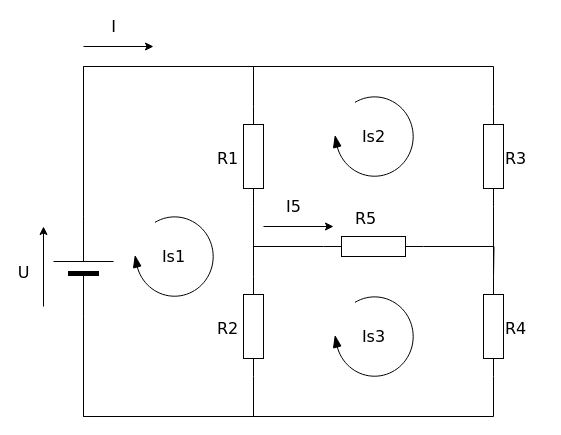
Earlier version of the draw.io diagram Untitled Diagram.drawio (NICOLASS999/Embedded-Engineering-Projects). Source tidied: cells renumbered, new cells numbered last; positions are measured from the earlier drawing's top-left corner, leaving out a move shared by most shapes. Both pictures are drawn from the tidied source at 100%, with x=0, y=0 at pixel (33, 46).
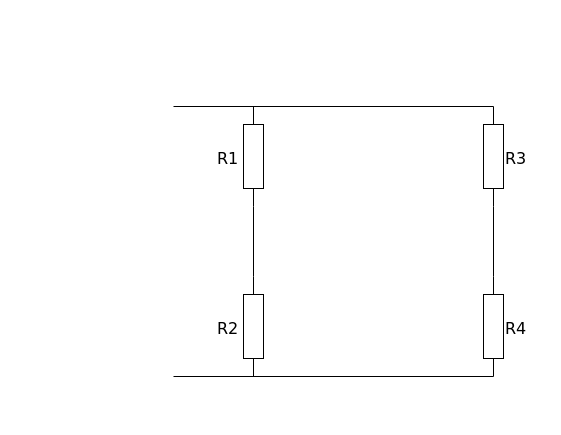
The same page after the edit.

Unchanged cells that the change refers to:
```xml
<mxCell id="7" style="verticalLabelPosition=bottom;shadow=0;dashed=0;align=center;html=1;verticalAlign=top;strokeWidth=1;shape=mxgraph.electrical.resistors.resistor_1;rounded=1;comic=0;labelBackgroundColor=none;fontFamily=Verdana;fontSize=12;rotation=-90;" parent="1" vertex="1">
  <mxGeometry x="170" y="100" width="100" height="20" as="geometry" />
</mxCell>
<mxCell id="9" style="verticalLabelPosition=bottom;shadow=0;dashed=0;align=center;html=1;verticalAlign=top;strokeWidth=1;shape=mxgraph.electrical.resistors.resistor_1;rounded=1;comic=0;labelBackgroundColor=none;fontFamily=Verdana;fontSize=12;rotation=-90;" parent="1" vertex="1">
  <mxGeometry x="410" y="100" width="100" height="20" as="geometry" />
</mxCell>
<mxCell id="11" style="verticalLabelPosition=bottom;shadow=0;dashed=0;align=center;html=1;verticalAlign=top;strokeWidth=1;shape=mxgraph.electrical.resistors.resistor_1;rounded=1;comic=0;labelBackgroundColor=none;fontFamily=Verdana;fontSize=12;rotation=-90;" parent="1" vertex="1">
  <mxGeometry x="170" y="270" width="100" height="20" as="geometry" />
</mxCell>
<mxCell id="13" style="verticalLabelPosition=bottom;shadow=0;dashed=0;align=center;html=1;verticalAlign=top;strokeWidth=1;shape=mxgraph.electrical.resistors.resistor_1;rounded=1;comic=0;labelBackgroundColor=none;fontFamily=Verdana;fontSize=12;rotation=-90;" parent="1" vertex="1">
  <mxGeometry x="410" y="270" width="100" height="20" as="geometry" />
</mxCell>
```

The edit, as a diff of the source:
```diff
@@
-    <mxCell id="2" style="edgeStyle=orthogonalEdgeStyle;rounded=0;html=1;exitX=1;exitY=0.5;exitPerimeter=0;entryX=1;entryY=0.5;entryPerimeter=0;labelBackgroundColor=none;startArrow=none;startFill=0;startSize=5;endArrow=none;endFill=0;endSize=5;jettySize=auto;strokeWidth=1;fontFamily=Verdana;fontSize=12;" parent="1" edge="1" source="4" target="7">
-      <mxGeometry relative="1" as="geometry">
-        <Array as="points">
-          <mxPoint x="50" y="20" />
-          <mxPoint x="220" y="20" />
-        </Array>
-      </mxGeometry>
-    </mxCell>
-    <mxCell id="3" style="edgeStyle=orthogonalEdgeStyle;rounded=0;html=1;exitX=1;exitY=0.5;exitPerimeter=0;entryX=1;entryY=0.5;entryPerimeter=0;labelBackgroundColor=none;startArrow=none;startFill=0;startSize=5;endArrow=none;endFill=0;endSize=5;jettySize=auto;strokeWidth=1;fontFamily=Verdana;fontSize=12;" parent="1" edge="1" source="4" target="9">
-      <mxGeometry relative="1" as="geometry">
-        <Array as="points">
-          <mxPoint x="50" y="20" />
-          <mxPoint x="460" y="20" />
-        </Array>
-      </mxGeometry>
-    </mxCell>
-    <mxCell id="4" style="verticalLabelPosition=bottom;shadow=0;dashed=0;align=center;fillColor=#000000;html=1;verticalAlign=top;strokeWidth=1;shape=mxgraph.electrical.miscellaneous.monocell_battery;rounded=1;comic=0;labelBackgroundColor=none;fontFamily=Verdana;fontSize=12;rotation=-90;" parent="1" vertex="1">
-      <mxGeometry y="190" width="100" height="60" as="geometry" />
-    </mxCell>
-    <mxCell id="5" style="edgeStyle=orthogonalEdgeStyle;rounded=0;html=1;exitX=0;exitY=0.5;exitPerimeter=0;entryX=0;entryY=0.5;entryPerimeter=0;labelBackgroundColor=none;startArrow=none;startFill=0;startSize=5;endArrow=none;endFill=0;endSize=5;jettySize=auto;strokeWidth=1;fontFamily=Verdana;fontSize=12;" parent="1" edge="1" source="7" target="15">
-      <mxGeometry relative="1" as="geometry" />
-    </mxCell>
+    <mxCell id="16" value="R1" style="text;html=1;align=left;verticalAlign=top;spacingTop=-4;fontSize=16;fontFamily=Verdana;" parent="1" vertex="1">
+      <mxGeometry x="182" y="100" width="40" height="20" as="geometry" />
+    </mxCell>
@@
-    <mxCell id="10" style="edgeStyle=orthogonalEdgeStyle;rounded=0;html=1;exitX=0;exitY=0.5;exitPerimeter=0;entryX=0;entryY=0.5;entryPerimeter=0;labelBackgroundColor=none;startArrow=none;startFill=0;startSize=5;endArrow=none;endFill=0;endSize=5;jettySize=auto;strokeWidth=1;fontFamily=Verdana;fontSize=12;" parent="1" edge="1" source="11" target="4">
-      <mxGeometry relative="1" as="geometry">
-        <Array as="points">
-          <mxPoint x="220" y="370" />
-          <mxPoint x="50" y="370" />
-        </Array>
-      </mxGeometry>
-    </mxCell>
@@
-    <mxCell id="12" style="edgeStyle=orthogonalEdgeStyle;rounded=0;html=1;exitX=0;exitY=0.5;exitPerimeter=0;entryX=0;entryY=0.5;entryPerimeter=0;labelBackgroundColor=none;startArrow=none;startFill=0;startSize=5;endArrow=none;endFill=0;endSize=5;jettySize=auto;strokeWidth=1;fontFamily=Verdana;fontSize=12;" parent="1" edge="1" source="13" target="4">
-      <mxGeometry relative="1" as="geometry">
-        <Array as="points">
-          <mxPoint x="460" y="370" />
-          <mxPoint x="50" y="370" />
-        </Array>
-      </mxGeometry>
-    </mxCell>
@@
-    <mxCell id="14" style="edgeStyle=orthogonalEdgeStyle;rounded=0;html=1;exitX=1;exitY=0.5;exitPerimeter=0;labelBackgroundColor=none;startArrow=none;startFill=0;startSize=5;endArrow=none;endFill=0;endSize=5;jettySize=auto;strokeWidth=1;fontFamily=Verdana;fontSize=12;" parent="1" edge="1" source="15">
-      <mxGeometry relative="1" as="geometry">
-        <mxPoint x="460" y="230" as="targetPoint" />
-      </mxGeometry>
-    </mxCell>
-    <mxCell id="15" style="verticalLabelPosition=bottom;shadow=0;dashed=0;align=center;fillColor=#ffffff;html=1;verticalAlign=top;strokeWidth=1;shape=mxgraph.electrical.resistors.resistor_1;rounded=1;comic=0;labelBackgroundColor=none;fontFamily=Verdana;fontSize=12;fontColor=#000000;rotation=0;" parent="1" vertex="1">
-      <mxGeometry x="290" y="190" width="100" height="20" as="geometry" />
-    </mxCell>
-    <mxCell id="16" value="R1" style="text;html=1;align=left;verticalAlign=top;spacingTop=-4;fontSize=16;fontFamily=Verdana;" parent="1" vertex="1">
-      <mxGeometry x="182" y="100" width="40" height="20" as="geometry" />
-    </mxCell>
@@
-    <mxCell id="18" value="R5" style="text;html=1;align=left;verticalAlign=top;spacingTop=-4;fontSize=16;fontFamily=Verdana;" parent="1" vertex="1">
-      <mxGeometry x="320" y="160" width="40" height="20" as="geometry" />
-    </mxCell>
@@
-    <mxCell id="21" value="I" style="endArrow=classic;html=1;labelBackgroundColor=none;strokeWidth=1;fontFamily=Verdana;fontSize=16;" parent="1" edge="1">
-      <mxGeometry x="-0.14" y="20" relative="1" as="geometry">
-        <mxPoint x="50" as="sourcePoint" />
-        <mxPoint x="120" as="targetPoint" />
-      </mxGeometry>
-    </mxCell>
-    <mxCell id="22" value="U" style="endArrow=classic;html=1;labelBackgroundColor=none;strokeWidth=1;fontFamily=Verdana;fontSize=16;" parent="1" edge="1">
-      <mxGeometry x="-0.14" y="20" relative="1" as="geometry">
-        <mxPoint x="10" y="260" as="sourcePoint" />
-        <mxPoint x="10" y="180" as="targetPoint" />
-      </mxGeometry>
-    </mxCell>
-    <mxCell id="23" value="I5" style="endArrow=classic;html=1;labelBackgroundColor=none;strokeWidth=1;fontFamily=Verdana;fontSize=16;" parent="1" edge="1">
-      <mxGeometry x="-0.14" y="20" relative="1" as="geometry">
-        <mxPoint x="230" y="180" as="sourcePoint" />
-        <mxPoint x="300" y="180" as="targetPoint" />
-      </mxGeometry>
-    </mxCell>
-    <mxCell id="24" value="Is1" style="verticalLabelPosition=middle;html=1;verticalAlign=middle;strokeWidth=1;shape=mxgraph.lean_mapping.physical_pull;rounded=1;shadow=0;comic=0;labelBackgroundColor=none;fillColor=#000000;fontFamily=Verdana;fontSize=16;align=center;flipH=1;labelPosition=center;" parent="1" vertex="1">
-      <mxGeometry x="100" y="170" width="80" height="80" as="geometry" />
-    </mxCell>
-    <mxCell id="25" value="Is2" style="verticalLabelPosition=middle;html=1;verticalAlign=middle;strokeWidth=1;shape=mxgraph.lean_mapping.physical_pull;rounded=1;shadow=0;comic=0;labelBackgroundColor=none;fillColor=#000000;fontFamily=Verdana;fontSize=16;align=center;flipH=1;labelPosition=center;" parent="1" vertex="1">
-      <mxGeometry x="300" y="50" width="80" height="80" as="geometry" />
-    </mxCell>
-    <mxCell id="26" value="Is3" style="verticalLabelPosition=middle;html=1;verticalAlign=middle;strokeWidth=1;shape=mxgraph.lean_mapping.physical_pull;rounded=1;shadow=0;comic=0;labelBackgroundColor=none;fillColor=#000000;fontFamily=Verdana;fontSize=16;align=center;flipH=1;labelPosition=center;" parent="1" vertex="1">
-      <mxGeometry x="300" y="250" width="80" height="80" as="geometry" />
-    </mxCell>
+    <mxCell id="27" style="endArrow=none;html=1;strokeWidth=1;rounded=0;entryX=0;entryY=0.5;entryDx=0;entryDy=0;entryPerimeter=0;" parent="1" edge="1" target="13">
+      <mxGeometry relative="1" as="geometry">
+        <mxPoint x="140" y="330" as="sourcePoint" />
+      </mxGeometry>
+    </mxCell>
+    <mxCell id="28" style="endArrow=none;html=1;strokeWidth=1;rounded=0;entryX=1;entryY=0.5;entryDx=0;entryDy=0;entryPerimeter=0;" parent="1" edge="1" target="9">
+      <mxGeometry relative="1" as="geometry">
+        <mxPoint x="140" y="60" as="sourcePoint" />
+      </mxGeometry>
+    </mxCell>
```
